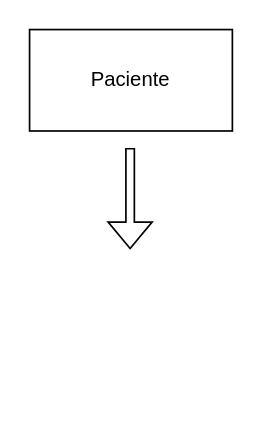
Earlier version of the draw.io diagram modelagem_de_ameaça.drawio (niklaz4/appsec-works). Source tidied: cells renumbered, new cells numbered last; positions are measured from the earlier drawing's top-left corner, leaving out a move shared by most shapes. Both pictures are drawn from the tidied source at 169%, with x=0, y=0 at pixel (29, 29).
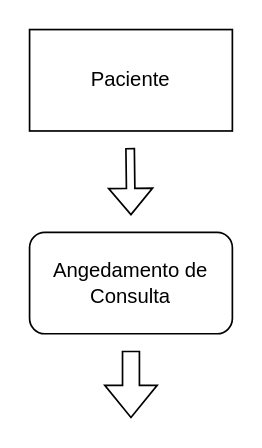
The same diagram, later.

Change to the diagram source:
```diff
@@
 <mxGraphModel>
   <root>
     <mxCell id="0" />
     <mxCell id="1" parent="0" />
     <mxCell id="2" style="shape=flexArrow;endArrow=classic;html=1;rounded=0;width=5;endSize=4.85;" parent="1" edge="1">
       <mxGeometry relative="1" as="geometry">
         <mxPoint x="59.5" y="70" as="sourcePoint" />
-        <mxPoint x="59.5" y="130" as="targetPoint" />
+        <mxPoint x="60" y="110" as="targetPoint" />
       </mxGeometry>
     </mxCell>
     <mxCell id="3" value="Paciente" style="rounded=0;whiteSpace=wrap;html=1;" parent="1" vertex="1">
       <mxGeometry width="120" height="60" as="geometry" />
     </mxCell>
+    <mxCell id="4" value="Angedamento de Consulta" style="rounded=1;whiteSpace=wrap;html=1;" parent="1" vertex="1">
+      <mxGeometry y="120" width="120" height="60" as="geometry" />
+    </mxCell>
+    <mxCell id="5" style="shape=flexArrow;endArrow=classic;html=1;rounded=0;" parent="1" edge="1">
+      <mxGeometry relative="1" as="geometry">
+        <mxPoint x="60" y="190" as="sourcePoint" />
+        <mxPoint x="60" y="230" as="targetPoint" />
+      </mxGeometry>
+    </mxCell>
   </root>
 </mxGraphModel>
```
